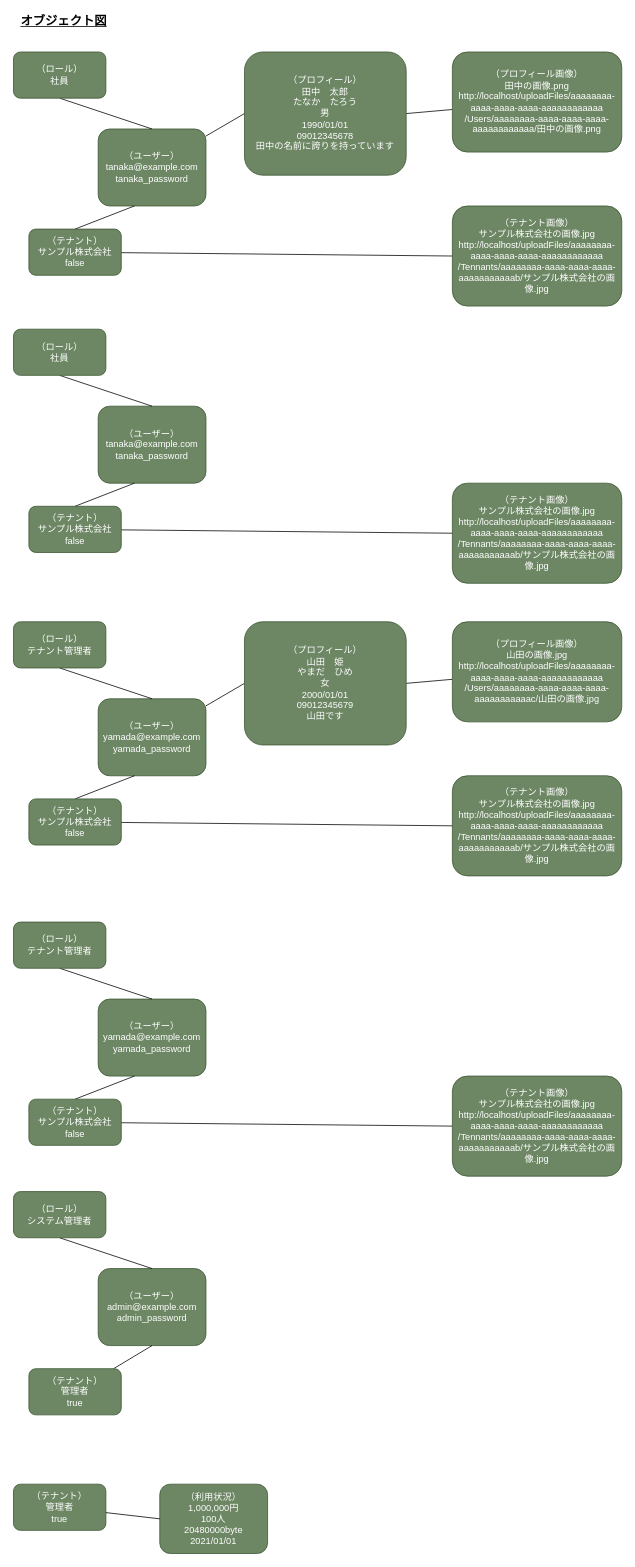
q23isline/reinventing_the_wheel keeps this draw.io diagram as page "オブジェクト図" (4 of 4) of docs/diagrams/src/reinventing_the_wheel.drawio.xml. Above is the earlier version. Source tidied: cells renumbered, new cells numbered last; positions are measured from the earlier drawing's top-left corner, leaving out a move shared by most shapes. Both pictures are drawn from the tidied source at 77%, with x=0, y=0 at pixel (13, 13).
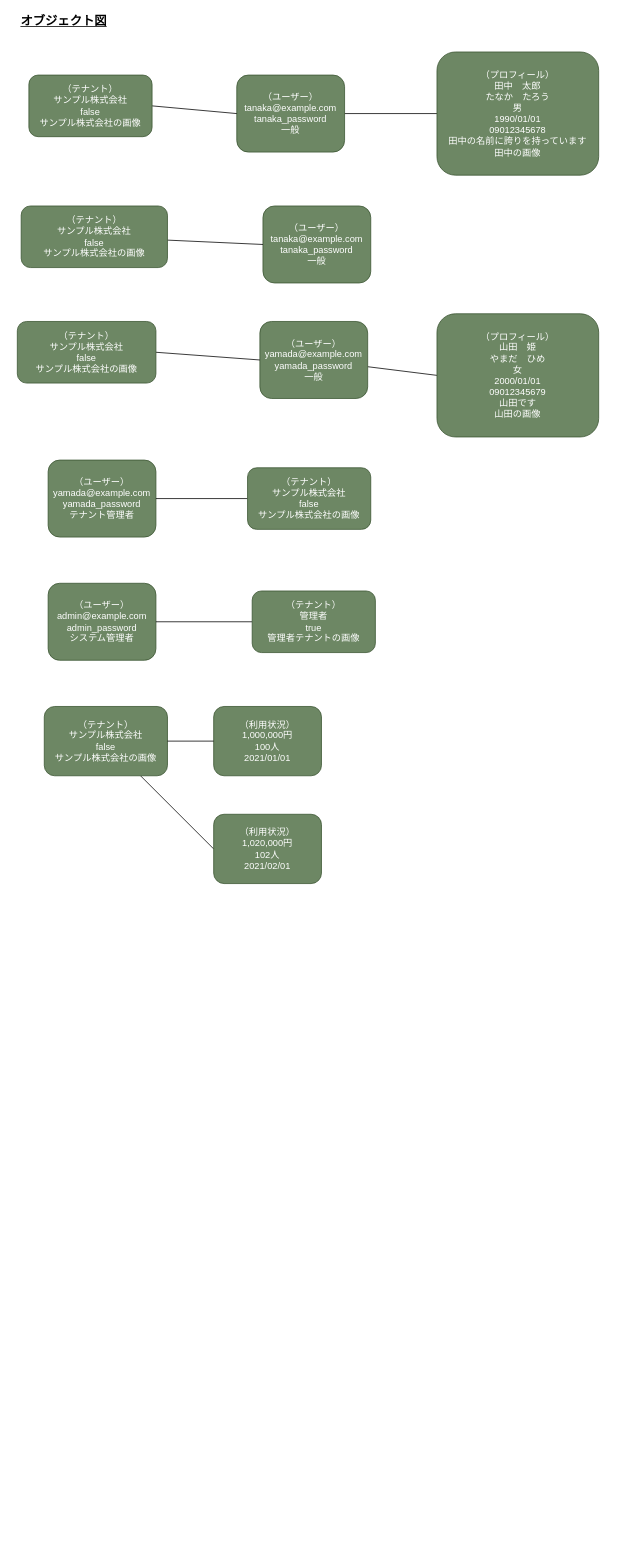
The same diagram, later.

What changed in the source:
```diff
@@
-    <mxCell id="2" style="edgeStyle=orthogonalEdgeStyle;rounded=0;jettySize=auto;html=1;exitX=1;exitY=0.5;exitDx=0;exitDy=0;strokeColor=none;endArrow=none;endFill=0;" parent="1" edge="1" source="4" target="6">
-      <mxGeometry relative="1" as="geometry" />
+    <mxCell id="2" style="edgeStyle=orthogonalEdgeStyle;rounded=0;jettySize=auto;html=1;exitX=1;exitY=0.5;exitDx=0;exitDy=0;strokeColor=none;endArrow=none;endFill=0;" parent="1" edge="1" source="4">
+      <mxGeometry relative="1" as="geometry">
+        <mxPoint x="570" y="115" as="targetPoint" />
+      </mxGeometry>
     </mxCell>
@@
-    <mxCell id="4" value="（ユーザー）&lt;br&gt;tanaka@example.com&lt;br&gt;tanaka_password" style="rounded=1;whiteSpace=wrap;html=1;fillColor=#6d8764;fontColor=#ffffff;strokeColor=#3A5431;" parent="1" vertex="1">
-      <mxGeometry x="110" y="150" width="140" height="100" as="geometry" />
+    <mxCell id="4" value="（ユーザー）&lt;br&gt;tanaka@example.com&lt;br&gt;tanaka_password&lt;br&gt;一般" style="rounded=1;whiteSpace=wrap;html=1;fillColor=#6d8764;fontColor=#ffffff;strokeColor=#3A5431;" parent="1" vertex="1">
+      <mxGeometry x="290" y="80" width="140" height="100" as="geometry" />
     </mxCell>
-    <mxCell id="5" style="rounded=0;jettySize=auto;html=1;endArrow=none;endFill=0;entryX=1;entryY=0.5;entryDx=0;entryDy=0;" parent="1" edge="1" source="6" target="15">
-      <mxGeometry relative="1" as="geometry" />
-    </mxCell>
-    <mxCell id="6" value="（プロフィール画像）&lt;br&gt;田中の画像.png&lt;br&gt;http://localhost/uploadFiles/aaaaaaaa-aaaa-aaaa-aaaa-aaaaaaaaaaaa&lt;br&gt;/Users/aaaaaaaa-aaaa-aaaa-aaaa-aaaaaaaaaaaa/田中の画像.png" style="rounded=1;whiteSpace=wrap;html=1;fillColor=#6d8764;fontColor=#ffffff;strokeColor=#3A5431;" parent="1" vertex="1">
-      <mxGeometry x="570" y="50" width="220" height="130" as="geometry" />
-    </mxCell>
-    <mxCell id="7" style="rounded=0;jettySize=auto;html=1;exitX=0.5;exitY=1;exitDx=0;exitDy=0;endArrow=none;endFill=0;entryX=0.5;entryY=0;entryDx=0;entryDy=0;" parent="1" edge="1" source="8" target="4">
-      <mxGeometry relative="1" as="geometry" />
-    </mxCell>
-    <mxCell id="8" value="（ロール）&lt;br&gt;社員" style="rounded=1;whiteSpace=wrap;html=1;fillColor=#6d8764;fontColor=#ffffff;strokeColor=#3A5431;" parent="1" vertex="1">
-      <mxGeometry y="50" width="120" height="60" as="geometry" />
-    </mxCell>
@@
-    <mxCell id="10" style="edgeStyle=none;rounded=0;jettySize=auto;html=1;entryX=0.336;entryY=1;entryDx=0;entryDy=0;fontSize=16;endArrow=none;endFill=0;exitX=0.5;exitY=0;exitDx=0;exitDy=0;entryPerimeter=0;" parent="1" edge="1" source="12" target="4">
+    <mxCell id="10" style="edgeStyle=none;rounded=0;jettySize=auto;html=1;entryX=0;entryY=0.5;entryDx=0;entryDy=0;fontSize=16;endArrow=none;endFill=0;exitX=1;exitY=0.5;exitDx=0;exitDy=0;" parent="1" edge="1" source="12" target="4">
       <mxGeometry relative="1" as="geometry" />
     </mxCell>
-    <mxCell id="11" style="edgeStyle=none;rounded=0;jettySize=auto;html=1;entryX=0;entryY=0.5;entryDx=0;entryDy=0;fontSize=16;endArrow=none;endFill=0;" parent="1" edge="1" source="12" target="13">
-      <mxGeometry relative="1" as="geometry" />
-    </mxCell>
-    <mxCell id="12" value="（テナント）&lt;br&gt;サンプル株式会社&lt;br&gt;false" style="rounded=1;whiteSpace=wrap;html=1;fillColor=#6d8764;fontColor=#ffffff;strokeColor=#3A5431;" parent="1" vertex="1">
-      <mxGeometry x="20" y="280" width="120" height="60" as="geometry" />
+    <mxCell id="12" value="（テナント）&lt;br&gt;サンプル株式会社&lt;br&gt;false&lt;br&gt;サンプル株式会社の画像" style="rounded=1;whiteSpace=wrap;html=1;fillColor=#6d8764;fontColor=#ffffff;strokeColor=#3A5431;" parent="1" vertex="1">
+      <mxGeometry x="20" y="80" width="160" height="80" as="geometry" />
     </mxCell>
-    <mxCell id="13" value="（テナント画像）&lt;br&gt;サンプル株式会社の画像.jpg&lt;br&gt;http://localhost/uploadFiles/aaaaaaaa-aaaa-aaaa-aaaa-aaaaaaaaaaaa&lt;br&gt;/Tennants/aaaaaaaa-aaaa-aaaa-aaaa-aaaaaaaaaaab/サンプル株式会社の画像.jpg" style="rounded=1;whiteSpace=wrap;html=1;fillColor=#6d8764;fontColor=#ffffff;strokeColor=#3A5431;" parent="1" vertex="1">
-      <mxGeometry x="570" y="250" width="220" height="130" as="geometry" />
-    </mxCell>
-    <mxCell id="14" style="edgeStyle=orthogonalEdgeStyle;rounded=0;orthogonalLoop=1;jettySize=auto;html=1;exitX=1;exitY=0.5;exitDx=0;exitDy=0;strokeColor=none;endArrow=none;endFill=0;" parent="1" edge="1">
-      <mxGeometry relative="1" as="geometry">
-        <mxPoint x="330" y="1597.5" as="sourcePoint" />
-        <mxPoint x="590" y="1010" as="targetPoint" />
-      </mxGeometry>
-    </mxCell>
-    <mxCell id="15" value="（プロフィール）&lt;br&gt;田中　太郎&lt;br&gt;たなか　たろう&lt;br&gt;男&lt;br&gt;1990/01/01&lt;br&gt;09012345678&lt;br&gt;田中の名前に誇りを持っています" style="rounded=1;whiteSpace=wrap;html=1;fillColor=#6d8764;fontColor=#ffffff;strokeColor=#3A5431;" parent="1" vertex="1">
-      <mxGeometry x="300" y="50" width="210" height="160" as="geometry" />
+    <mxCell id="15" value="（プロフィール）&lt;br&gt;田中　太郎&lt;br&gt;たなか　たろう&lt;br&gt;男&lt;br&gt;1990/01/01&lt;br&gt;09012345678&lt;br&gt;田中の名前に誇りを持っています&lt;br&gt;田中の画像" style="rounded=1;whiteSpace=wrap;html=1;fillColor=#6d8764;fontColor=#ffffff;strokeColor=#3A5431;" parent="1" vertex="1">
+      <mxGeometry x="550" y="50" width="210" height="160" as="geometry" />
     </mxCell>
@@
-    <mxCell id="17" value="（ユーザー）&lt;br&gt;yamada@example.com&lt;br&gt;yamada_password" style="rounded=1;whiteSpace=wrap;html=1;fillColor=#6d8764;fontColor=#ffffff;strokeColor=#3A5431;" parent="1" vertex="1">
-      <mxGeometry x="110" y="890" width="140" height="100" as="geometry" />
+    <mxCell id="17" value="（ユーザー）&lt;br&gt;yamada@example.com&lt;br&gt;yamada_password&lt;br&gt;一般" style="rounded=1;whiteSpace=wrap;html=1;fillColor=#6d8764;fontColor=#ffffff;strokeColor=#3A5431;" parent="1" vertex="1">
+      <mxGeometry x="320" y="400" width="140" height="100" as="geometry" />
     </mxCell>
-    <mxCell id="18" style="rounded=0;jettySize=auto;html=1;endArrow=none;endFill=0;entryX=1;entryY=0.5;entryDx=0;entryDy=0;" parent="1" edge="1" source="19" target="26">
-      <mxGeometry relative="1" as="geometry" />
-    </mxCell>
-    <mxCell id="19" value="（プロフィール画像）&lt;br&gt;山田の画像.jpg&lt;br&gt;http://localhost/uploadFiles/aaaaaaaa-aaaa-aaaa-aaaa-aaaaaaaaaaaa&lt;br&gt;/Users/aaaaaaaa-aaaa-aaaa-aaaa-aaaaaaaaaaac/山田の画像.jpg" style="rounded=1;whiteSpace=wrap;html=1;fillColor=#6d8764;fontColor=#ffffff;strokeColor=#3A5431;" parent="1" vertex="1">
-      <mxGeometry x="570" y="790" width="220" height="130" as="geometry" />
-    </mxCell>
-    <mxCell id="20" style="rounded=0;jettySize=auto;html=1;exitX=0.5;exitY=1;exitDx=0;exitDy=0;endArrow=none;endFill=0;entryX=0.5;entryY=0;entryDx=0;entryDy=0;" parent="1" edge="1" source="21" target="17">
-      <mxGeometry relative="1" as="geometry" />
-    </mxCell>
-    <mxCell id="21" value="（ロール）&lt;br&gt;テナント管理者" style="rounded=1;whiteSpace=wrap;html=1;fillColor=#6d8764;fontColor=#ffffff;strokeColor=#3A5431;" parent="1" vertex="1">
-      <mxGeometry y="790" width="120" height="60" as="geometry" />
-    </mxCell>
-    <mxCell id="22" style="edgeStyle=none;rounded=0;jettySize=auto;html=1;entryX=0.336;entryY=1;entryDx=0;entryDy=0;fontSize=16;endArrow=none;endFill=0;exitX=0.5;exitY=0;exitDx=0;exitDy=0;entryPerimeter=0;" parent="1" edge="1" source="24" target="17">
+    <mxCell id="22" style="edgeStyle=none;rounded=0;jettySize=auto;html=1;entryX=0;entryY=0.5;entryDx=0;entryDy=0;fontSize=16;endArrow=none;endFill=0;exitX=1;exitY=0.5;exitDx=0;exitDy=0;" parent="1" edge="1" source="24" target="17">
       <mxGeometry relative="1" as="geometry" />
     </mxCell>
-    <mxCell id="23" style="edgeStyle=none;rounded=0;jettySize=auto;html=1;entryX=0;entryY=0.5;entryDx=0;entryDy=0;fontSize=16;endArrow=none;endFill=0;" parent="1" edge="1" source="24" target="25">
-      <mxGeometry relative="1" as="geometry" />
-    </mxCell>
-    <mxCell id="24" value="（テナント）&lt;br&gt;サンプル株式会社&lt;br&gt;false" style="rounded=1;whiteSpace=wrap;html=1;fillColor=#6d8764;fontColor=#ffffff;strokeColor=#3A5431;" parent="1" vertex="1">
-      <mxGeometry x="20" y="1020" width="120" height="60" as="geometry" />
+    <mxCell id="24" value="（テナント）&lt;br&gt;サンプル株式会社&lt;br&gt;false&lt;br&gt;サンプル株式会社の画像" style="rounded=1;whiteSpace=wrap;html=1;fillColor=#6d8764;fontColor=#ffffff;strokeColor=#3A5431;" parent="1" vertex="1">
+      <mxGeometry x="5" y="400" width="180" height="80" as="geometry" />
     </mxCell>
-    <mxCell id="25" value="（テナント画像）&lt;br&gt;サンプル株式会社の画像.jpg&lt;br&gt;http://localhost/uploadFiles/aaaaaaaa-aaaa-aaaa-aaaa-aaaaaaaaaaaa&lt;br&gt;/Tennants/aaaaaaaa-aaaa-aaaa-aaaa-aaaaaaaaaaab/サンプル株式会社の画像.jpg" style="rounded=1;whiteSpace=wrap;html=1;fillColor=#6d8764;fontColor=#ffffff;strokeColor=#3A5431;" parent="1" vertex="1">
-      <mxGeometry x="570" y="990" width="220" height="130" as="geometry" />
-    </mxCell>
-    <mxCell id="26" value="（プロフィール）&lt;br&gt;山田　姫&lt;br&gt;やまだ　ひめ&lt;br&gt;女&lt;br&gt;2000/01/01&lt;br&gt;09012345679&lt;br&gt;山田です" style="rounded=1;whiteSpace=wrap;html=1;fillColor=#6d8764;fontColor=#ffffff;strokeColor=#3A5431;" parent="1" vertex="1">
-      <mxGeometry x="300" y="790" width="210" height="160" as="geometry" />
+    <mxCell id="26" value="（プロフィール）&lt;br&gt;山田　姫&lt;br&gt;やまだ　ひめ&lt;br&gt;女&lt;br&gt;2000/01/01&lt;br&gt;09012345679&lt;br&gt;山田です&lt;br&gt;山田の画像" style="rounded=1;whiteSpace=wrap;html=1;fillColor=#6d8764;fontColor=#ffffff;strokeColor=#3A5431;" parent="1" vertex="1">
+      <mxGeometry x="550" y="390" width="210" height="160" as="geometry" />
     </mxCell>
-    <mxCell id="27" value="（ユーザー）&lt;br&gt;tanaka@example.com&lt;br&gt;tanaka_password" style="rounded=1;whiteSpace=wrap;html=1;fillColor=#6d8764;fontColor=#ffffff;strokeColor=#3A5431;" parent="1" vertex="1">
-      <mxGeometry x="110" y="510" width="140" height="100" as="geometry" />
+    <mxCell id="27" value="（ユーザー）&lt;br&gt;tanaka@example.com&lt;br&gt;tanaka_password&lt;br&gt;一般" style="rounded=1;whiteSpace=wrap;html=1;fillColor=#6d8764;fontColor=#ffffff;strokeColor=#3A5431;" parent="1" vertex="1">
+      <mxGeometry x="324" y="250" width="140" height="100" as="geometry" />
     </mxCell>
-    <mxCell id="28" style="rounded=0;jettySize=auto;html=1;exitX=0.5;exitY=1;exitDx=0;exitDy=0;endArrow=none;endFill=0;entryX=0.5;entryY=0;entryDx=0;entryDy=0;" parent="1" edge="1" source="29" target="27">
-      <mxGeometry relative="1" as="geometry" />
-    </mxCell>
-    <mxCell id="29" value="（ロール）&lt;br&gt;社員" style="rounded=1;whiteSpace=wrap;html=1;fillColor=#6d8764;fontColor=#ffffff;strokeColor=#3A5431;" parent="1" vertex="1">
-      <mxGeometry y="410" width="120" height="60" as="geometry" />
-    </mxCell>
-    <mxCell id="30" style="edgeStyle=none;rounded=0;jettySize=auto;html=1;entryX=0.336;entryY=1;entryDx=0;entryDy=0;fontSize=16;endArrow=none;endFill=0;exitX=0.5;exitY=0;exitDx=0;exitDy=0;entryPerimeter=0;" parent="1" edge="1" source="32" target="27">
+    <mxCell id="30" style="edgeStyle=none;rounded=0;jettySize=auto;html=1;entryX=0;entryY=0.5;entryDx=0;entryDy=0;endArrow=none;endFill=0;" parent="1" edge="1" source="32" target="27">
       <mxGeometry relative="1" as="geometry" />
     </mxCell>
-    <mxCell id="31" style="edgeStyle=none;rounded=0;jettySize=auto;html=1;entryX=0;entryY=0.5;entryDx=0;entryDy=0;fontSize=16;endArrow=none;endFill=0;" parent="1" edge="1" source="32" target="33">
-      <mxGeometry relative="1" as="geometry" />
-    </mxCell>
-    <mxCell id="32" value="（テナント）&lt;br&gt;サンプル株式会社&lt;br&gt;false" style="rounded=1;whiteSpace=wrap;html=1;fillColor=#6d8764;fontColor=#ffffff;strokeColor=#3A5431;" parent="1" vertex="1">
-      <mxGeometry x="20" y="640" width="120" height="60" as="geometry" />
+    <mxCell id="32" value="（テナント）&lt;br&gt;サンプル株式会社&lt;br&gt;false&lt;br&gt;サンプル株式会社の画像" style="rounded=1;whiteSpace=wrap;html=1;fillColor=#6d8764;fontColor=#ffffff;strokeColor=#3A5431;" parent="1" vertex="1">
+      <mxGeometry x="10" y="250" width="190" height="80" as="geometry" />
     </mxCell>
-    <mxCell id="33" value="（テナント画像）&lt;br&gt;サンプル株式会社の画像.jpg&lt;br&gt;http://localhost/uploadFiles/aaaaaaaa-aaaa-aaaa-aaaa-aaaaaaaaaaaa&lt;br&gt;/Tennants/aaaaaaaa-aaaa-aaaa-aaaa-aaaaaaaaaaab/サンプル株式会社の画像.jpg" style="rounded=1;whiteSpace=wrap;html=1;fillColor=#6d8764;fontColor=#ffffff;strokeColor=#3A5431;" parent="1" vertex="1">
-      <mxGeometry x="570" y="610" width="220" height="130" as="geometry" />
-    </mxCell>
-    <mxCell id="34" value="（ユーザー）&lt;br&gt;yamada@example.com&lt;br&gt;yamada_password" style="rounded=1;whiteSpace=wrap;html=1;fillColor=#6d8764;fontColor=#ffffff;strokeColor=#3A5431;" parent="1" vertex="1">
-      <mxGeometry x="110" y="1280" width="140" height="100" as="geometry" />
+    <mxCell id="34" value="（ユーザー）&lt;br&gt;yamada@example.com&lt;br&gt;yamada_password&lt;br&gt;テナント管理者" style="rounded=1;whiteSpace=wrap;html=1;fillColor=#6d8764;fontColor=#ffffff;strokeColor=#3A5431;" parent="1" vertex="1">
+      <mxGeometry x="45" y="580" width="140" height="100" as="geometry" />
     </mxCell>
-    <mxCell id="35" style="rounded=0;jettySize=auto;html=1;exitX=0.5;exitY=1;exitDx=0;exitDy=0;endArrow=none;endFill=0;entryX=0.5;entryY=0;entryDx=0;entryDy=0;" parent="1" edge="1" source="36" target="34">
-      <mxGeometry relative="1" as="geometry" />
-    </mxCell>
-    <mxCell id="36" value="（ロール）&lt;br&gt;テナント管理者" style="rounded=1;whiteSpace=wrap;html=1;fillColor=#6d8764;fontColor=#ffffff;strokeColor=#3A5431;" parent="1" vertex="1">
-      <mxGeometry y="1180" width="120" height="60" as="geometry" />
-    </mxCell>
-    <mxCell id="37" style="edgeStyle=none;rounded=0;jettySize=auto;html=1;entryX=0.336;entryY=1;entryDx=0;entryDy=0;fontSize=16;endArrow=none;endFill=0;exitX=0.5;exitY=0;exitDx=0;exitDy=0;entryPerimeter=0;" parent="1" edge="1" source="39" target="34">
+    <mxCell id="37" style="edgeStyle=none;rounded=0;jettySize=auto;html=1;entryX=1;entryY=0.5;entryDx=0;entryDy=0;fontSize=16;endArrow=none;endFill=0;exitX=0;exitY=0.5;exitDx=0;exitDy=0;" parent="1" edge="1" source="39" target="34">
       <mxGeometry relative="1" as="geometry" />
     </mxCell>
-    <mxCell id="38" style="edgeStyle=none;rounded=0;jettySize=auto;html=1;entryX=0;entryY=0.5;entryDx=0;entryDy=0;fontSize=16;endArrow=none;endFill=0;" parent="1" edge="1" source="39" target="40">
-      <mxGeometry relative="1" as="geometry" />
-    </mxCell>
-    <mxCell id="39" value="（テナント）&lt;br&gt;サンプル株式会社&lt;br&gt;false" style="rounded=1;whiteSpace=wrap;html=1;fillColor=#6d8764;fontColor=#ffffff;strokeColor=#3A5431;" parent="1" vertex="1">
-      <mxGeometry x="20" y="1410" width="120" height="60" as="geometry" />
+    <mxCell id="39" value="（テナント）&lt;br&gt;サンプル株式会社&lt;br&gt;false&lt;br&gt;サンプル株式会社の画像" style="rounded=1;whiteSpace=wrap;html=1;fillColor=#6d8764;fontColor=#ffffff;strokeColor=#3A5431;" parent="1" vertex="1">
+      <mxGeometry x="304" y="590" width="160" height="80" as="geometry" />
     </mxCell>
-    <mxCell id="40" value="（テナント画像）&lt;br&gt;サンプル株式会社の画像.jpg&lt;br&gt;http://localhost/uploadFiles/aaaaaaaa-aaaa-aaaa-aaaa-aaaaaaaaaaaa&lt;br&gt;/Tennants/aaaaaaaa-aaaa-aaaa-aaaa-aaaaaaaaaaab/サンプル株式会社の画像.jpg" style="rounded=1;whiteSpace=wrap;html=1;fillColor=#6d8764;fontColor=#ffffff;strokeColor=#3A5431;" parent="1" vertex="1">
-      <mxGeometry x="570" y="1380" width="220" height="130" as="geometry" />
-    </mxCell>
-    <mxCell id="41" value="（ユーザー）&lt;br&gt;admin@example.com&lt;br&gt;admin_password" style="rounded=1;whiteSpace=wrap;html=1;fillColor=#6d8764;fontColor=#ffffff;strokeColor=#3A5431;" parent="1" vertex="1">
-      <mxGeometry x="110" y="1630" width="140" height="100" as="geometry" />
+    <mxCell id="41" value="（ユーザー）&lt;br&gt;admin@example.com&lt;br&gt;admin_password&lt;br&gt;システム管理者" style="rounded=1;whiteSpace=wrap;html=1;fillColor=#6d8764;fontColor=#ffffff;strokeColor=#3A5431;" parent="1" vertex="1">
+      <mxGeometry x="45" y="740" width="140" height="100" as="geometry" />
     </mxCell>
-    <mxCell id="42" style="rounded=0;jettySize=auto;html=1;exitX=0.5;exitY=1;exitDx=0;exitDy=0;endArrow=none;endFill=0;entryX=0.5;entryY=0;entryDx=0;entryDy=0;" parent="1" edge="1" source="43" target="41">
-      <mxGeometry relative="1" as="geometry" />
-    </mxCell>
-    <mxCell id="43" value="（ロール）&lt;br&gt;システム管理者" style="rounded=1;whiteSpace=wrap;html=1;fillColor=#6d8764;fontColor=#ffffff;strokeColor=#3A5431;" parent="1" vertex="1">
-      <mxGeometry y="1530" width="120" height="60" as="geometry" />
-    </mxCell>
+    <mxCell id="49" style="rounded=0;jettySize=auto;html=1;entryX=0;entryY=0.5;entryDx=0;entryDy=0;endArrow=none;endFill=0;" parent="1" edge="1" source="44" target="50">
+      <mxGeometry relative="1" as="geometry" />
+    </mxCell>
-    <mxCell id="44" value="（テナント）&lt;br&gt;管理者&lt;br&gt;true" style="rounded=1;whiteSpace=wrap;html=1;fillColor=#6d8764;fontColor=#ffffff;strokeColor=#3A5431;" parent="1" vertex="1">
-      <mxGeometry y="1910" width="120" height="60" as="geometry" />
+    <mxCell id="44" value="（テナント）&lt;br&gt;サンプル株式会社&lt;br&gt;false&lt;br&gt;サンプル株式会社の画像" style="rounded=1;whiteSpace=wrap;html=1;fillColor=#6d8764;fontColor=#ffffff;strokeColor=#3A5431;" parent="1" vertex="1">
+      <mxGeometry x="40" y="900" width="160" height="90" as="geometry" />
     </mxCell>
-    <mxCell id="45" value="（利用状況）&lt;br&gt;1,000,000円&lt;br&gt;100人&lt;br&gt;20480000byte&lt;br&gt;2021/01/01" style="rounded=1;whiteSpace=wrap;html=1;fillColor=#6d8764;fontColor=#ffffff;strokeColor=#3A5431;" parent="1" vertex="1">
-      <mxGeometry x="190" y="1910" width="140" height="90" as="geometry" />
+    <mxCell id="45" value="（利用状況）&lt;br&gt;1,000,000円&lt;br&gt;100人&lt;br&gt;2021/01/01" style="rounded=1;whiteSpace=wrap;html=1;fillColor=#6d8764;fontColor=#ffffff;strokeColor=#3A5431;" parent="1" vertex="1">
+      <mxGeometry x="260" y="900" width="140" height="90" as="geometry" />
     </mxCell>
@@
-    <mxCell id="47" style="edgeStyle=none;rounded=0;jettySize=auto;html=1;entryX=0.5;entryY=1;entryDx=0;entryDy=0;fontSize=16;endArrow=none;endFill=0;" parent="1" edge="1" source="48" target="41">
+    <mxCell id="47" style="edgeStyle=none;rounded=0;jettySize=auto;html=1;entryX=1;entryY=0.5;entryDx=0;entryDy=0;fontSize=16;endArrow=none;endFill=0;exitX=0;exitY=0.5;exitDx=0;exitDy=0;" parent="1" edge="1" source="48" target="41">
       <mxGeometry relative="1" as="geometry" />
     </mxCell>
-    <mxCell id="48" value="（テナント）&lt;br&gt;管理者&lt;br&gt;true" style="rounded=1;whiteSpace=wrap;html=1;fillColor=#6d8764;fontColor=#ffffff;strokeColor=#3A5431;" parent="1" vertex="1">
-      <mxGeometry x="20" y="1760" width="120" height="60" as="geometry" />
+    <mxCell id="48" value="（テナント）&lt;br&gt;管理者&lt;br&gt;true&lt;br&gt;管理者テナントの画像" style="rounded=1;whiteSpace=wrap;html=1;fillColor=#6d8764;fontColor=#ffffff;strokeColor=#3A5431;" parent="1" vertex="1">
+      <mxGeometry x="310" y="750" width="160" height="80" as="geometry" />
     </mxCell>
+    <mxCell id="50" value="（利用状況）&lt;br&gt;1,020,000円&lt;br&gt;102人&lt;br&gt;2021/02/01" style="rounded=1;whiteSpace=wrap;html=1;fillColor=#6d8764;fontColor=#ffffff;strokeColor=#3A5431;" parent="1" vertex="1">
+      <mxGeometry x="260" y="1040" width="140" height="90" as="geometry" />
+    </mxCell>
```
